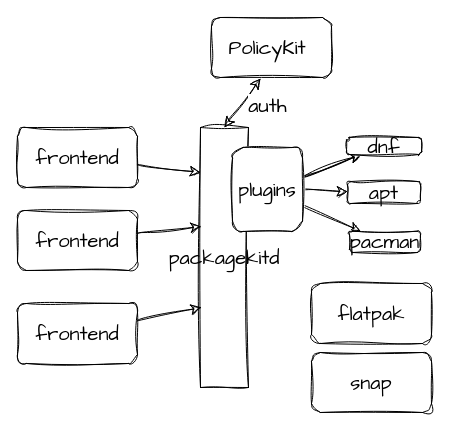
pkking/mydrawio keeps this draw.io diagram as packagekit.drawio. Above is the earlier version. Source tidied: cells renumbered, new cells numbered last; positions are measured from the earlier drawing's top-left corner, leaving out a move shared by most shapes. Both pictures are drawn from the tidied source at 100%, with x=0, y=0 at pixel (17, 17).
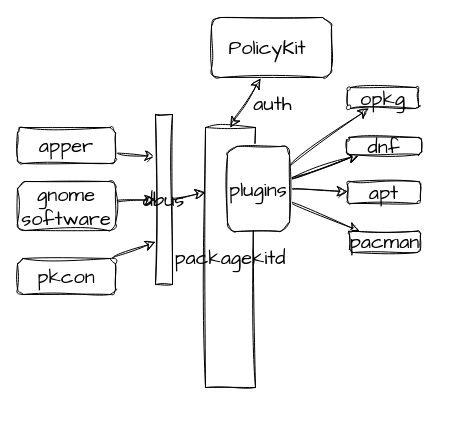
Above is the later version.

Unchanged cells that the change refers to:
```xml
<mxCell id="16" value="pacman" style="whiteSpace=wrap;html=1;fontSize=20;fontFamily=Architects Daughter;rounded=1;sketch=1;hachureGap=4;jiggle=2;curveFitting=1;" parent="1" vertex="1">
  <mxGeometry x="332" y="213.7" width="71" height="21.3" as="geometry" />
</mxCell>
```

Change to the diagram source:
```diff
@@
     <mxCell id="2" value="packagekitd" style="rounded=0;whiteSpace=wrap;html=1;sketch=1;hachureGap=4;jiggle=2;curveFitting=1;fontFamily=Architects Daughter;fontSize=20;" parent="1" vertex="1">
-      <mxGeometry x="183" y="110" width="48" height="260" as="geometry" />
+      <mxGeometry x="188" y="110" width="50" height="260" as="geometry" />
     </mxCell>
+    <mxCell id="22" style="edgeStyle=none;curved=1;rounded=0;sketch=1;hachureGap=4;jiggle=2;curveFitting=1;jettySize=auto;html=1;entryX=0;entryY=0.25;entryDx=0;entryDy=0;fontFamily=Architects Daughter;fontSize=16;startSize=8;endSize=8;" parent="1" edge="1" source="3" target="25">
+      <mxGeometry relative="1" as="geometry" />
+    </mxCell>
-    <mxCell id="3" value="frontend" style="rounded=1;whiteSpace=wrap;html=1;sketch=1;hachureGap=4;jiggle=2;curveFitting=1;fontFamily=Architects Daughter;fontSize=20;" parent="1" vertex="1">
-      <mxGeometry y="110" width="120" height="60" as="geometry" />
+    <mxCell id="3" value="apper" style="rounded=1;whiteSpace=wrap;html=1;sketch=1;hachureGap=4;jiggle=2;curveFitting=1;fontFamily=Architects Daughter;fontSize=20;" parent="1" vertex="1">
+      <mxGeometry y="110" width="98" height="36" as="geometry" />
     </mxCell>
-    <mxCell id="4" value="frontend" style="rounded=1;whiteSpace=wrap;html=1;sketch=1;hachureGap=4;jiggle=2;curveFitting=1;fontFamily=Architects Daughter;fontSize=20;" parent="1" vertex="1">
-      <mxGeometry y="193" width="120" height="60" as="geometry" />
-    </mxCell>
-    <mxCell id="5" value="frontend" style="rounded=1;whiteSpace=wrap;html=1;sketch=1;hachureGap=4;jiggle=2;curveFitting=1;fontFamily=Architects Daughter;fontSize=20;" parent="1" vertex="1">
-      <mxGeometry y="286" width="120" height="60" as="geometry" />
-    </mxCell>
-    <mxCell id="6" style="edgeStyle=none;curved=1;rounded=0;sketch=1;hachureGap=4;jiggle=2;curveFitting=1;jettySize=auto;html=1;entryX=0.002;entryY=0.173;entryDx=0;entryDy=0;entryPerimeter=0;fontFamily=Architects Daughter;fontSize=16;startSize=8;endSize=8;" parent="1" edge="1" source="3" target="2">
-      <mxGeometry relative="1" as="geometry" />
-    </mxCell>
-    <mxCell id="7" style="edgeStyle=none;curved=1;rounded=0;sketch=1;hachureGap=4;jiggle=2;curveFitting=1;jettySize=auto;html=1;entryX=0.013;entryY=0.381;entryDx=0;entryDy=0;entryPerimeter=0;fontFamily=Architects Daughter;fontSize=16;startSize=8;endSize=8;" parent="1" edge="1" source="4" target="2">
-      <mxGeometry relative="1" as="geometry" />
-    </mxCell>
-    <mxCell id="8" style="edgeStyle=none;curved=1;rounded=0;sketch=1;hachureGap=4;jiggle=2;curveFitting=1;jettySize=auto;html=1;entryX=0.018;entryY=0.692;entryDx=0;entryDy=0;entryPerimeter=0;fontFamily=Architects Daughter;fontSize=16;startSize=8;endSize=8;" parent="1" edge="1" source="5" target="2">
-      <mxGeometry relative="1" as="geometry" />
-    </mxCell>
@@
-    <mxCell id="12" style="edgeStyle=none;curved=1;rounded=0;sketch=1;hachureGap=4;jiggle=2;curveFitting=1;jettySize=auto;html=1;fontFamily=Architects Daughter;fontSize=16;startSize=8;endSize=8;" parent="1" edge="1" target="16">
-      <mxGeometry relative="1" as="geometry">
-        <mxPoint x="280" y="186" as="sourcePoint" />
-      </mxGeometry>
+    <mxCell id="12" style="edgeStyle=none;curved=1;rounded=0;sketch=1;hachureGap=4;jiggle=2;curveFitting=1;jettySize=auto;html=1;fontFamily=Architects Daughter;fontSize=16;startSize=8;endSize=8;" parent="1" edge="1" source="13" target="16">
+      <mxGeometry relative="1" as="geometry" />
     </mxCell>
+    <mxCell id="23" style="edgeStyle=none;curved=1;rounded=0;sketch=1;hachureGap=4;jiggle=2;curveFitting=1;jettySize=auto;html=1;fontFamily=Architects Daughter;fontSize=16;startSize=8;endSize=8;" parent="1" edge="1" source="13" target="30">
+      <mxGeometry relative="1" as="geometry" />
+    </mxCell>
     <mxCell id="13" value="plugins" style="rounded=1;whiteSpace=wrap;html=1;sketch=1;hachureGap=4;jiggle=2;curveFitting=1;fontFamily=Architects Daughter;fontSize=20;" parent="1" vertex="1">
-      <mxGeometry x="215" y="130" width="70" height="84" as="geometry" />
+      <mxGeometry x="210" y="129" width="62" height="85" as="geometry" />
     </mxCell>
@@
-    <mxCell id="20" value="flatpak" style="rounded=1;whiteSpace=wrap;html=1;sketch=1;hachureGap=4;jiggle=2;curveFitting=1;fontFamily=Architects Daughter;fontSize=20;" parent="1" vertex="1">
-      <mxGeometry x="294" y="266" width="120" height="60" as="geometry" />
-    </mxCell>
-    <mxCell id="21" value="snap" style="rounded=1;whiteSpace=wrap;html=1;sketch=1;hachureGap=4;jiggle=2;curveFitting=1;fontFamily=Architects Daughter;fontSize=20;" parent="1" vertex="1">
-      <mxGeometry x="294" y="335" width="120" height="60" as="geometry" />
-    </mxCell>
+    <mxCell id="24" style="edgeStyle=none;curved=1;rounded=0;sketch=1;hachureGap=4;jiggle=2;curveFitting=1;jettySize=auto;html=1;entryX=0;entryY=0.25;entryDx=0;entryDy=0;fontFamily=Architects Daughter;fontSize=16;startSize=8;endSize=8;" parent="1" edge="1" source="25" target="2">
+      <mxGeometry relative="1" as="geometry" />
+    </mxCell>
+    <mxCell id="25" value="dbus" style="rounded=0;whiteSpace=wrap;html=1;sketch=1;hachureGap=4;jiggle=2;curveFitting=1;fontFamily=Architects Daughter;fontSize=20;" parent="1" vertex="1">
+      <mxGeometry x="138" y="97" width="17" height="170" as="geometry" />
+    </mxCell>
+    <mxCell id="26" style="edgeStyle=none;curved=1;rounded=0;sketch=1;hachureGap=4;jiggle=2;curveFitting=1;jettySize=auto;html=1;entryX=0;entryY=0.5;entryDx=0;entryDy=0;fontFamily=Architects Daughter;fontSize=16;startSize=8;endSize=8;" parent="1" edge="1" source="27" target="25">
+      <mxGeometry relative="1" as="geometry" />
+    </mxCell>
+    <mxCell id="27" value="gnome software" style="rounded=1;whiteSpace=wrap;html=1;sketch=1;hachureGap=4;jiggle=2;curveFitting=1;fontFamily=Architects Daughter;fontSize=20;" parent="1" vertex="1">
+      <mxGeometry y="164" width="98" height="49" as="geometry" />
+    </mxCell>
+    <mxCell id="28" style="edgeStyle=none;curved=1;rounded=0;sketch=1;hachureGap=4;jiggle=2;curveFitting=1;jettySize=auto;html=1;entryX=0;entryY=0.75;entryDx=0;entryDy=0;fontFamily=Architects Daughter;fontSize=16;startSize=8;endSize=8;" parent="1" edge="1" source="29" target="25">
+      <mxGeometry relative="1" as="geometry" />
+    </mxCell>
+    <mxCell id="29" value="pkcon" style="rounded=1;whiteSpace=wrap;html=1;sketch=1;hachureGap=4;jiggle=2;curveFitting=1;fontFamily=Architects Daughter;fontSize=20;" parent="1" vertex="1">
+      <mxGeometry y="241" width="98" height="36" as="geometry" />
+    </mxCell>
+    <mxCell id="30" value="opkg" style="whiteSpace=wrap;html=1;fontSize=20;fontFamily=Architects Daughter;rounded=1;sketch=1;hachureGap=4;jiggle=2;curveFitting=1;" parent="1" vertex="1">
+      <mxGeometry x="330" y="70" width="71" height="21" as="geometry" />
+    </mxCell>
```
